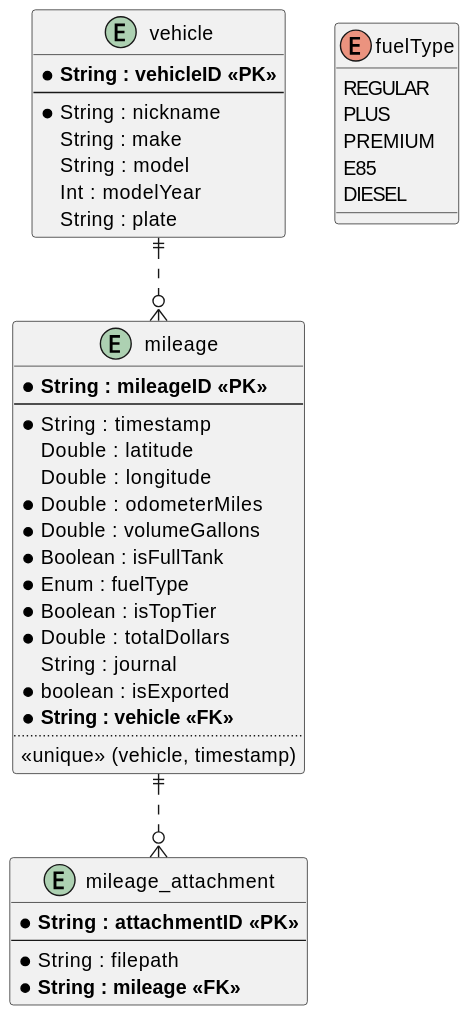
Earlier version of the PlantUML export diagrams/erd.svg (officialBeebe/FuelBuddy).
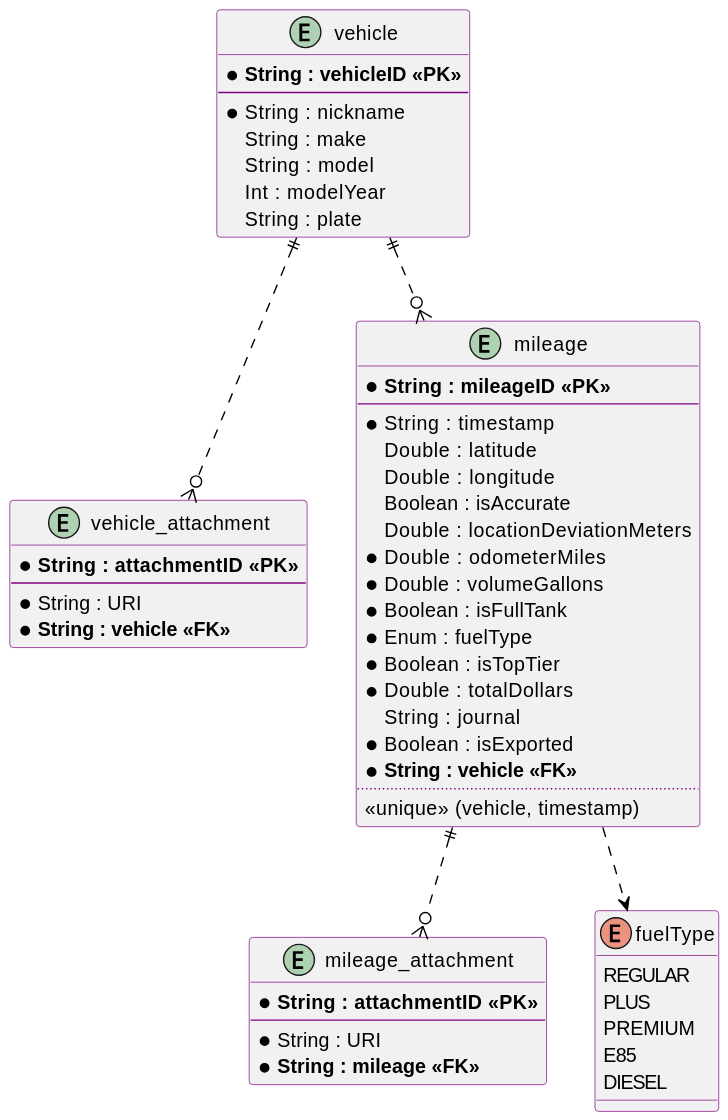
After the commit.

Change to the diagram source:
```diff
@@ -1,4 +1,14 @@
 @startuml
+<style>
+classDiagram {
+        Linecolor purple
+        arrow {
+                FontColor black
+                LineColor black
+        }
+}
+</style>
+
 entity "vehicle" as v {
         * **String : vehicleID <<PK>>**
         --
@@ -9,6 +19,12 @@
         String : plate
 }
 
+entity "vehicle_attachment" as va {
+    * **String : attachmentID <<PK>>**
+    --
+    * String : URI
+    * **String : vehicle <<FK>>**
+}
 
 entity "mileage" as m {
         * **String : mileageID <<PK>>**
@@ -16,6 +32,8 @@
         * String : timestamp
         Double : latitude
         Double : longitude
+        Boolean : isAccurate
+        Double : locationDeviationMeters
         * Double : odometerMiles
         * Double : volumeGallons
         * Boolean : isFullTank
@@ -23,7 +41,7 @@
         * Boolean : isTopTier
         * Double : totalDollars
         String : journal
-        * boolean : isExported
+        * Boolean : isExported
         * **String : vehicle <<FK>>**
         ..
         <<unique>> (vehicle, timestamp)
@@ -32,7 +50,7 @@
 entity "mileage_attachment" as ma {
         * **String : attachmentID <<PK>>**
         --
-        * String : filepath
+        * String : URI
         * **String : mileage <<FK>>**
 }
 
@@ -44,6 +62,8 @@
         DIESEL
 }
 
+v ||..o{ va
 v ||..o{ m
 m ||..o{ ma
+m ..> ft
 @enduml
```
